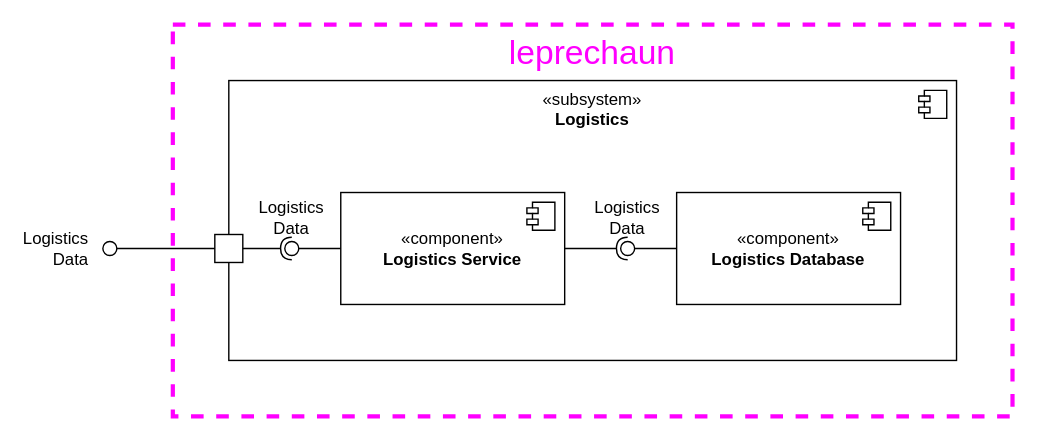
This is documentation/course/e2/images/component-diagram-leprechaun.drawio.svg from PWR-ACS-SE-24/SoftwareSystemDesign, a draw.io export, as it was before one commit. Source tidied: cells renumbered, new cells last; positions are measured from the earlier drawing's top-left corner, leaving out a move shared by most shapes. The source it was exported from:
```xml
<mxGraphModel>
  <root>
    <mxCell id="0" />
    <mxCell id="1" parent="0" />
    <mxCell id="2" value="&lt;font&gt;leprechaun&lt;/font&gt;" style="rounded=0;whiteSpace=wrap;html=1;dashed=1;strokeWidth=3;fillColor=none;strokeColor=#ff00ff;fontSize=24;verticalAlign=top;fontColor=#ff00ff;" parent="1" vertex="1">
      <mxGeometry x="50" width="600" height="280" as="geometry" />
    </mxCell>
    <mxCell id="3" value="«subsystem»&lt;br&gt;&lt;div&gt;&lt;b&gt;Logistics&lt;br&gt;&lt;/b&gt;&lt;/div&gt;" style="html=1;whiteSpace=wrap;verticalAlign=top;" parent="1" vertex="1">
      <mxGeometry x="90" y="40" width="520" height="200" as="geometry" />
    </mxCell>
    <mxCell id="4" style="shape=module;jettyWidth=8;jettyHeight=4;" parent="3" vertex="1">
      <mxGeometry x="1" width="20" height="20" relative="1" as="geometry">
        <mxPoint x="-27" y="7" as="offset" />
      </mxGeometry>
    </mxCell>
    <mxCell id="5" value="&lt;div&gt;«component»&lt;/div&gt;&lt;div&gt;&lt;b&gt;Logistics Service&lt;/b&gt;&lt;br&gt;&lt;/div&gt;" style="html=1;whiteSpace=wrap;" parent="1" vertex="1">
      <mxGeometry x="170" y="120" width="160" height="80" as="geometry" />
    </mxCell>
    <mxCell id="6" style="shape=module;jettyWidth=8;jettyHeight=4;" parent="5" vertex="1">
      <mxGeometry x="1" width="20" height="20" relative="1" as="geometry">
        <mxPoint x="-27" y="7" as="offset" />
      </mxGeometry>
    </mxCell>
    <mxCell id="7" value="&lt;div&gt;«component»&lt;b&gt;&lt;br&gt;&lt;/b&gt;&lt;/div&gt;&lt;div&gt;&lt;b&gt;Logistics Database&lt;/b&gt;&lt;/div&gt;" style="html=1;whiteSpace=wrap;" parent="1" vertex="1">
      <mxGeometry x="410" y="120" width="160" height="80" as="geometry" />
    </mxCell>
    <mxCell id="8" style="shape=module;jettyWidth=8;jettyHeight=4;" parent="7" vertex="1">
      <mxGeometry x="1" width="20" height="20" relative="1" as="geometry">
        <mxPoint x="-27" y="7" as="offset" />
      </mxGeometry>
    </mxCell>
    <mxCell id="9" style="rounded=0;jettySize=auto;html=1;endArrow=halfCircle;endFill=0;endSize=6;strokeWidth=1;sketch=0;exitX=1;exitY=0.5;exitDx=0;exitDy=0;" parent="1" edge="1" source="5" target="11">
      <mxGeometry relative="1" as="geometry" />
    </mxCell>
    <mxCell id="10" style="rounded=0;jettySize=auto;html=1;endArrow=oval;endFill=0;sketch=0;sourcePerimeterSpacing=0;targetPerimeterSpacing=0;endSize=10;exitX=0;exitY=0.5;exitDx=0;exitDy=0;" parent="1" edge="1" source="7" target="11">
      <mxGeometry relative="1" as="geometry" />
    </mxCell>
    <mxCell id="11" value="&lt;div&gt;Logistics&lt;/div&gt;&lt;div&gt;Data&lt;br&gt;&lt;/div&gt;" style="ellipse;whiteSpace=wrap;html=1;align=center;fillColor=none;strokeColor=none;perimeter=centerPerimeter;points=[];outlineConnect=1;labelPosition=center;verticalLabelPosition=top;verticalAlign=bottom;spacingLeft=0;" parent="1" vertex="1">
      <mxGeometry x="370" y="155" width="10" height="10" as="geometry" />
    </mxCell>
    <mxCell id="12" style="fontStyle=0;labelPosition=right;verticalLabelPosition=middle;align=left;verticalAlign=middle;spacingLeft=2;" parent="1" vertex="1">
      <mxGeometry x="80" y="150" width="20" height="20" as="geometry" />
    </mxCell>
    <mxCell id="13" style="rounded=0;jettySize=auto;html=1;endArrow=halfCircle;endFill=0;endSize=6;strokeWidth=1;sketch=0;exitX=1;exitY=0.5;exitDx=0;exitDy=0;" parent="1" edge="1" source="12" target="15">
      <mxGeometry relative="1" as="geometry" />
    </mxCell>
    <mxCell id="14" style="rounded=0;jettySize=auto;html=1;endArrow=oval;endFill=0;sketch=0;sourcePerimeterSpacing=0;targetPerimeterSpacing=0;endSize=10;exitX=0;exitY=0.5;exitDx=0;exitDy=0;" parent="1" edge="1" source="5" target="15">
      <mxGeometry relative="1" as="geometry" />
    </mxCell>
    <mxCell id="15" value="&lt;div&gt;Logistics&lt;/div&gt;&lt;div&gt;Data&lt;br&gt;&lt;/div&gt;" style="ellipse;whiteSpace=wrap;html=1;align=center;fillColor=none;strokeColor=none;perimeter=centerPerimeter;points=[];outlineConnect=1;labelPosition=center;verticalLabelPosition=top;verticalAlign=bottom;" parent="1" vertex="1">
      <mxGeometry x="130" y="155" width="10" height="10" as="geometry" />
    </mxCell>
    <mxCell id="16" style="rounded=0;jettySize=auto;html=1;endArrow=oval;endFill=0;sketch=0;sourcePerimeterSpacing=0;targetPerimeterSpacing=0;endSize=10;exitX=0;exitY=0.5;exitDx=0;exitDy=0;" parent="1" edge="1" source="12" target="17">
      <mxGeometry relative="1" as="geometry" />
    </mxCell>
    <mxCell id="17" value="&lt;div&gt;Logistics&lt;/div&gt;&lt;div&gt;Data&lt;br&gt;&lt;/div&gt;" style="ellipse;whiteSpace=wrap;html=1;align=right;fillColor=none;strokeColor=none;perimeter=centerPerimeter;points=[];outlineConnect=1;labelPosition=left;verticalLabelPosition=middle;verticalAlign=middle;spacingRight=8;" parent="1" vertex="1">
      <mxGeometry y="155" width="10" height="10" as="geometry" />
    </mxCell>
  </root>
</mxGraphModel>
```
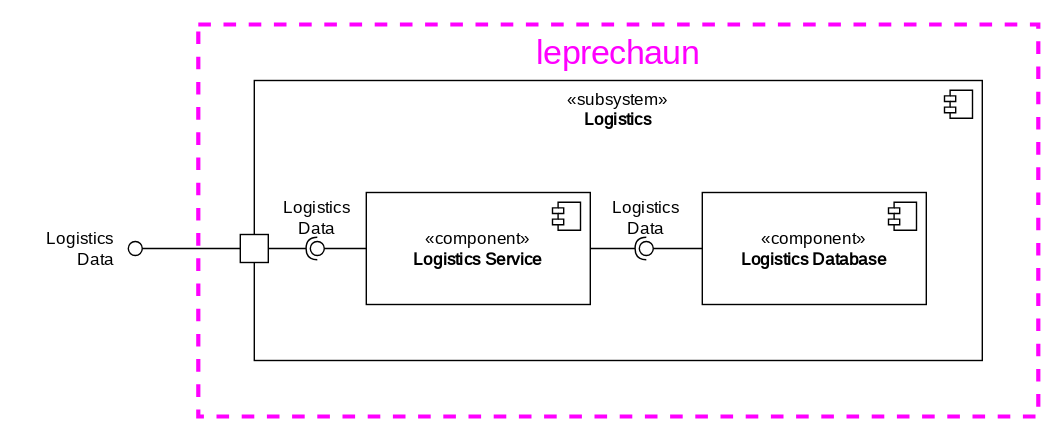
After the commit.

Commit message:
E2 text for `leprechaun` (#24)

The edit, as a diff of the source:
```diff
@@ -2,58 +2,58 @@
   <root>
     <mxCell id="0" />
     <mxCell id="1" parent="0" />
-    <mxCell id="2" value="&lt;font&gt;leprechaun&lt;/font&gt;" style="rounded=0;whiteSpace=wrap;html=1;dashed=1;strokeWidth=3;fillColor=none;strokeColor=#ff00ff;fontSize=24;verticalAlign=top;fontColor=#ff00ff;" parent="1" vertex="1">
+    <mxCell id="2" value="&lt;font&gt;leprechaun&lt;/font&gt;" style="rounded=0;whiteSpace=wrap;html=1;dashed=1;strokeWidth=3;fillColor=none;strokeColor=#ff00ff;fontSize=24;verticalAlign=top;fontColor=#ff00ff;fontFamily=JetBrains Mono;fontSource=https%3A%2F%2Ffonts.googleapis.com%2Fcss%3Ffamily%3DJetBrains%2BMono;" parent="1" vertex="1">
       <mxGeometry x="50" width="600" height="280" as="geometry" />
     </mxCell>
-    <mxCell id="3" value="«subsystem»&lt;br&gt;&lt;div&gt;&lt;b&gt;Logistics&lt;br&gt;&lt;/b&gt;&lt;/div&gt;" style="html=1;whiteSpace=wrap;verticalAlign=top;" parent="1" vertex="1">
+    <mxCell id="3" value="«subsystem»&lt;br&gt;&lt;div&gt;&lt;b&gt;Logistics&lt;br&gt;&lt;/b&gt;&lt;/div&gt;" style="html=1;whiteSpace=wrap;verticalAlign=top;fontFamily=JetBrains Mono;fontSource=https%3A%2F%2Ffonts.googleapis.com%2Fcss%3Ffamily%3DJetBrains%2BMono;" parent="1" vertex="1">
       <mxGeometry x="90" y="40" width="520" height="200" as="geometry" />
     </mxCell>
-    <mxCell id="4" style="shape=module;jettyWidth=8;jettyHeight=4;" parent="3" vertex="1">
+    <mxCell id="4" style="shape=module;jettyWidth=8;jettyHeight=4;fontFamily=JetBrains Mono;fontSource=https%3A%2F%2Ffonts.googleapis.com%2Fcss%3Ffamily%3DJetBrains%2BMono;" parent="3" vertex="1">
       <mxGeometry x="1" width="20" height="20" relative="1" as="geometry">
         <mxPoint x="-27" y="7" as="offset" />
       </mxGeometry>
     </mxCell>
-    <mxCell id="5" value="&lt;div&gt;«component»&lt;/div&gt;&lt;div&gt;&lt;b&gt;Logistics Service&lt;/b&gt;&lt;br&gt;&lt;/div&gt;" style="html=1;whiteSpace=wrap;" parent="1" vertex="1">
+    <mxCell id="5" value="&lt;div&gt;«component»&lt;/div&gt;&lt;div&gt;&lt;b&gt;Logistics Service&lt;/b&gt;&lt;br&gt;&lt;/div&gt;" style="html=1;whiteSpace=wrap;fontFamily=JetBrains Mono;fontSource=https%3A%2F%2Ffonts.googleapis.com%2Fcss%3Ffamily%3DJetBrains%2BMono;" parent="1" vertex="1">
       <mxGeometry x="170" y="120" width="160" height="80" as="geometry" />
     </mxCell>
-    <mxCell id="6" style="shape=module;jettyWidth=8;jettyHeight=4;" parent="5" vertex="1">
+    <mxCell id="6" style="shape=module;jettyWidth=8;jettyHeight=4;fontFamily=JetBrains Mono;fontSource=https%3A%2F%2Ffonts.googleapis.com%2Fcss%3Ffamily%3DJetBrains%2BMono;" parent="5" vertex="1">
       <mxGeometry x="1" width="20" height="20" relative="1" as="geometry">
         <mxPoint x="-27" y="7" as="offset" />
       </mxGeometry>
     </mxCell>
-    <mxCell id="7" value="&lt;div&gt;«component»&lt;b&gt;&lt;br&gt;&lt;/b&gt;&lt;/div&gt;&lt;div&gt;&lt;b&gt;Logistics Database&lt;/b&gt;&lt;/div&gt;" style="html=1;whiteSpace=wrap;" parent="1" vertex="1">
+    <mxCell id="7" value="&lt;div&gt;«component»&lt;b&gt;&lt;br&gt;&lt;/b&gt;&lt;/div&gt;&lt;div&gt;&lt;b&gt;Logistics Database&lt;/b&gt;&lt;/div&gt;" style="html=1;whiteSpace=wrap;fontFamily=JetBrains Mono;fontSource=https%3A%2F%2Ffonts.googleapis.com%2Fcss%3Ffamily%3DJetBrains%2BMono;" parent="1" vertex="1">
       <mxGeometry x="410" y="120" width="160" height="80" as="geometry" />
     </mxCell>
-    <mxCell id="8" style="shape=module;jettyWidth=8;jettyHeight=4;" parent="7" vertex="1">
+    <mxCell id="8" style="shape=module;jettyWidth=8;jettyHeight=4;fontFamily=JetBrains Mono;fontSource=https%3A%2F%2Ffonts.googleapis.com%2Fcss%3Ffamily%3DJetBrains%2BMono;" parent="7" vertex="1">
       <mxGeometry x="1" width="20" height="20" relative="1" as="geometry">
         <mxPoint x="-27" y="7" as="offset" />
       </mxGeometry>
     </mxCell>
-    <mxCell id="9" style="rounded=0;jettySize=auto;html=1;endArrow=halfCircle;endFill=0;endSize=6;strokeWidth=1;sketch=0;exitX=1;exitY=0.5;exitDx=0;exitDy=0;" parent="1" edge="1" source="5" target="11">
+    <mxCell id="9" style="rounded=0;jettySize=auto;html=1;endArrow=halfCircle;endFill=0;endSize=6;strokeWidth=1;sketch=0;exitX=1;exitY=0.5;exitDx=0;exitDy=0;fontFamily=JetBrains Mono;fontSource=https%3A%2F%2Ffonts.googleapis.com%2Fcss%3Ffamily%3DJetBrains%2BMono;" parent="1" edge="1" source="5" target="11">
       <mxGeometry relative="1" as="geometry" />
     </mxCell>
-    <mxCell id="10" style="rounded=0;jettySize=auto;html=1;endArrow=oval;endFill=0;sketch=0;sourcePerimeterSpacing=0;targetPerimeterSpacing=0;endSize=10;exitX=0;exitY=0.5;exitDx=0;exitDy=0;" parent="1" edge="1" source="7" target="11">
+    <mxCell id="10" style="rounded=0;jettySize=auto;html=1;endArrow=oval;endFill=0;sketch=0;sourcePerimeterSpacing=0;targetPerimeterSpacing=0;endSize=10;exitX=0;exitY=0.5;exitDx=0;exitDy=0;fontFamily=JetBrains Mono;fontSource=https%3A%2F%2Ffonts.googleapis.com%2Fcss%3Ffamily%3DJetBrains%2BMono;" parent="1" edge="1" source="7" target="11">
       <mxGeometry relative="1" as="geometry" />
     </mxCell>
-    <mxCell id="11" value="&lt;div&gt;Logistics&lt;/div&gt;&lt;div&gt;Data&lt;br&gt;&lt;/div&gt;" style="ellipse;whiteSpace=wrap;html=1;align=center;fillColor=none;strokeColor=none;perimeter=centerPerimeter;points=[];outlineConnect=1;labelPosition=center;verticalLabelPosition=top;verticalAlign=bottom;spacingLeft=0;" parent="1" vertex="1">
-      <mxGeometry x="370" y="155" width="10" height="10" as="geometry" />
+    <mxCell id="11" value="&lt;div&gt;Logistics&lt;/div&gt;&lt;div&gt;Data&lt;br&gt;&lt;/div&gt;" style="ellipse;whiteSpace=wrap;html=1;align=center;fillColor=none;strokeColor=none;perimeter=centerPerimeter;points=[];outlineConnect=1;labelPosition=center;verticalLabelPosition=top;verticalAlign=bottom;spacingLeft=0;fontFamily=JetBrains Mono;fontSource=https%3A%2F%2Ffonts.googleapis.com%2Fcss%3Ffamily%3DJetBrains%2BMono;" parent="1" vertex="1">
+      <mxGeometry x="365" y="155" width="10" height="10" as="geometry" />
     </mxCell>
-    <mxCell id="12" style="fontStyle=0;labelPosition=right;verticalLabelPosition=middle;align=left;verticalAlign=middle;spacingLeft=2;" parent="1" vertex="1">
+    <mxCell id="12" style="fontStyle=0;labelPosition=right;verticalLabelPosition=middle;align=left;verticalAlign=middle;spacingLeft=2;fontFamily=JetBrains Mono;fontSource=https%3A%2F%2Ffonts.googleapis.com%2Fcss%3Ffamily%3DJetBrains%2BMono;" parent="1" vertex="1">
       <mxGeometry x="80" y="150" width="20" height="20" as="geometry" />
     </mxCell>
-    <mxCell id="13" style="rounded=0;jettySize=auto;html=1;endArrow=halfCircle;endFill=0;endSize=6;strokeWidth=1;sketch=0;exitX=1;exitY=0.5;exitDx=0;exitDy=0;" parent="1" edge="1" source="12" target="15">
+    <mxCell id="13" style="rounded=0;jettySize=auto;html=1;endArrow=halfCircle;endFill=0;endSize=6;strokeWidth=1;sketch=0;exitX=1;exitY=0.5;exitDx=0;exitDy=0;fontFamily=JetBrains Mono;fontSource=https%3A%2F%2Ffonts.googleapis.com%2Fcss%3Ffamily%3DJetBrains%2BMono;" parent="1" edge="1" source="12" target="15">
       <mxGeometry relative="1" as="geometry" />
     </mxCell>
-    <mxCell id="14" style="rounded=0;jettySize=auto;html=1;endArrow=oval;endFill=0;sketch=0;sourcePerimeterSpacing=0;targetPerimeterSpacing=0;endSize=10;exitX=0;exitY=0.5;exitDx=0;exitDy=0;" parent="1" edge="1" source="5" target="15">
+    <mxCell id="14" style="rounded=0;jettySize=auto;html=1;endArrow=oval;endFill=0;sketch=0;sourcePerimeterSpacing=0;targetPerimeterSpacing=0;endSize=10;exitX=0;exitY=0.5;exitDx=0;exitDy=0;fontFamily=JetBrains Mono;fontSource=https%3A%2F%2Ffonts.googleapis.com%2Fcss%3Ffamily%3DJetBrains%2BMono;" parent="1" edge="1" source="5" target="15">
       <mxGeometry relative="1" as="geometry" />
     </mxCell>
-    <mxCell id="15" value="&lt;div&gt;Logistics&lt;/div&gt;&lt;div&gt;Data&lt;br&gt;&lt;/div&gt;" style="ellipse;whiteSpace=wrap;html=1;align=center;fillColor=none;strokeColor=none;perimeter=centerPerimeter;points=[];outlineConnect=1;labelPosition=center;verticalLabelPosition=top;verticalAlign=bottom;" parent="1" vertex="1">
+    <mxCell id="15" value="&lt;div&gt;Logistics&lt;/div&gt;&lt;div&gt;Data&lt;br&gt;&lt;/div&gt;" style="ellipse;whiteSpace=wrap;html=1;align=center;fillColor=none;strokeColor=none;perimeter=centerPerimeter;points=[];outlineConnect=1;labelPosition=center;verticalLabelPosition=top;verticalAlign=bottom;fontFamily=JetBrains Mono;fontSource=https%3A%2F%2Ffonts.googleapis.com%2Fcss%3Ffamily%3DJetBrains%2BMono;" parent="1" vertex="1">
       <mxGeometry x="130" y="155" width="10" height="10" as="geometry" />
     </mxCell>
-    <mxCell id="16" style="rounded=0;jettySize=auto;html=1;endArrow=oval;endFill=0;sketch=0;sourcePerimeterSpacing=0;targetPerimeterSpacing=0;endSize=10;exitX=0;exitY=0.5;exitDx=0;exitDy=0;" parent="1" edge="1" source="12" target="17">
+    <mxCell id="16" style="rounded=0;jettySize=auto;html=1;endArrow=oval;endFill=0;sketch=0;sourcePerimeterSpacing=0;targetPerimeterSpacing=0;endSize=10;exitX=0;exitY=0.5;exitDx=0;exitDy=0;fontFamily=JetBrains Mono;fontSource=https%3A%2F%2Ffonts.googleapis.com%2Fcss%3Ffamily%3DJetBrains%2BMono;" parent="1" edge="1" source="12" target="17">
       <mxGeometry relative="1" as="geometry" />
     </mxCell>
-    <mxCell id="17" value="&lt;div&gt;Logistics&lt;/div&gt;&lt;div&gt;Data&lt;br&gt;&lt;/div&gt;" style="ellipse;whiteSpace=wrap;html=1;align=right;fillColor=none;strokeColor=none;perimeter=centerPerimeter;points=[];outlineConnect=1;labelPosition=left;verticalLabelPosition=middle;verticalAlign=middle;spacingRight=8;" parent="1" vertex="1">
+    <mxCell id="17" value="&lt;div&gt;Logistics&lt;/div&gt;&lt;div&gt;Data&lt;br&gt;&lt;/div&gt;" style="ellipse;whiteSpace=wrap;html=1;align=right;fillColor=none;strokeColor=none;perimeter=centerPerimeter;points=[];outlineConnect=1;labelPosition=left;verticalLabelPosition=middle;verticalAlign=middle;spacingRight=8;fontFamily=JetBrains Mono;fontSource=https%3A%2F%2Ffonts.googleapis.com%2Fcss%3Ffamily%3DJetBrains%2BMono;" parent="1" vertex="1">
       <mxGeometry y="155" width="10" height="10" as="geometry" />
     </mxCell>
   </root>
```
